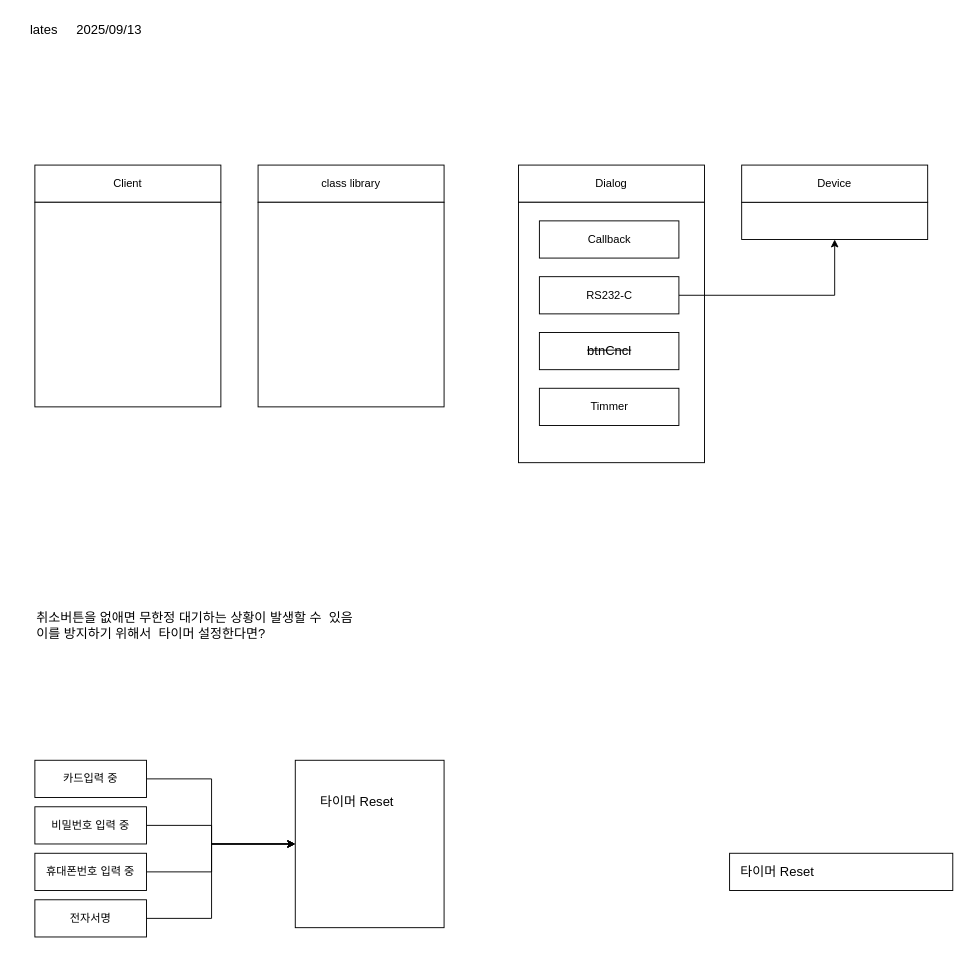
Above: page "페이지-1" (1 of 2) of 제목 없는 다이어그램.drawio in climcity/design (draw.io), before the change. Source tidied: cells renumbered, new cells numbered last; positions are measured from the earlier drawing's top-left corner, leaving out a move shared by most shapes. Both pictures are drawn from the tidied source at 93%, with x=0, y=0 at pixel (16, 16).
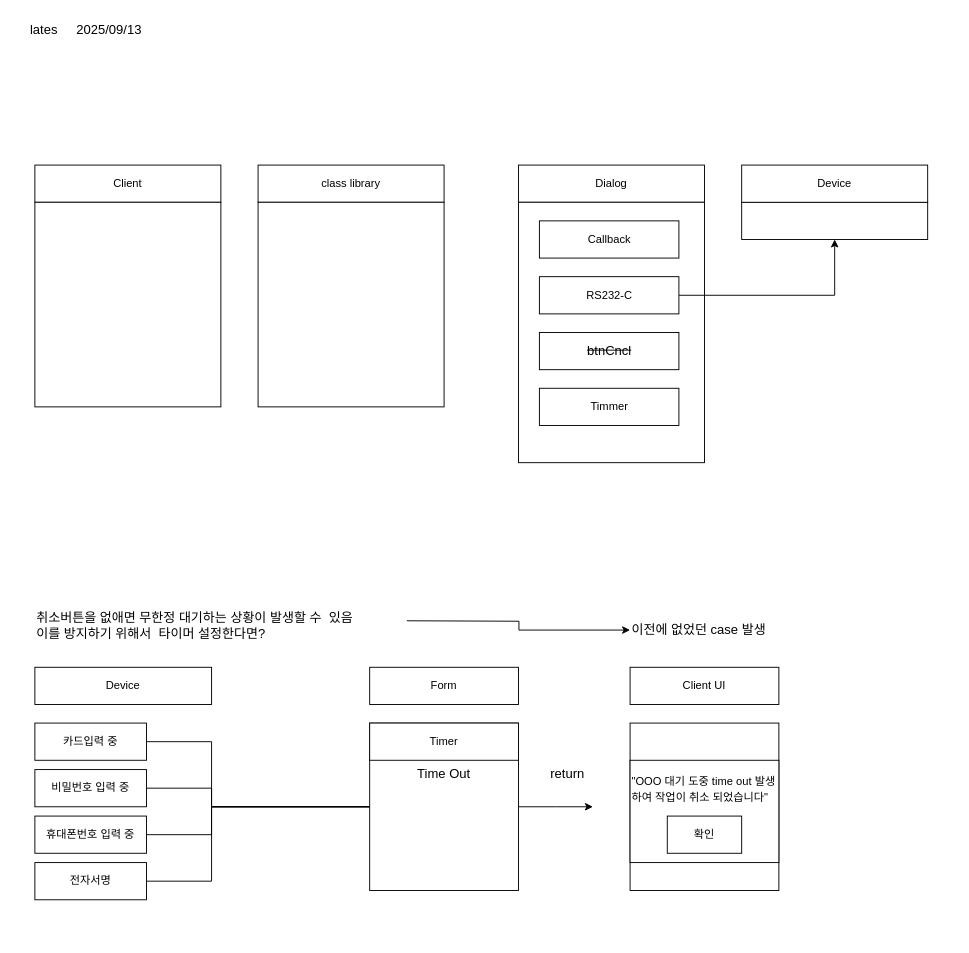
The same diagram, later.

Commit message:
제목 없는 다이어그램.drawio 업데이트

Change to the diagram source:
```diff
@@
+    <mxCell id="30" style="edgeStyle=orthogonalEdgeStyle;rounded=0;jettySize=auto;html=1;entryX=0;entryY=0.5;entryDx=0;entryDy=0;" parent="1" edge="1" target="27">
+      <mxGeometry relative="1" as="geometry">
+        <mxPoint x="420" y="650" as="sourcePoint" />
+      </mxGeometry>
+    </mxCell>
@@
+    <mxCell id="31" style="edgeStyle=orthogonalEdgeStyle;rounded=0;jettySize=auto;html=1;" parent="1" edge="1" source="18">
+      <mxGeometry relative="1" as="geometry">
+        <mxPoint x="620" y="850" as="targetPoint" />
+      </mxGeometry>
+    </mxCell>
     <mxCell id="18" style="rounded=0;whiteSpace=wrap;html=1;" parent="1" vertex="1">
-      <mxGeometry x="300" y="800" width="160" height="180" as="geometry" />
+      <mxGeometry x="380" y="760" width="160" height="180" as="geometry" />
     </mxCell>
-    <mxCell id="19" value="타이머 Reset" style="text;html=1;align=left;verticalAlign=middle;whiteSpace=wrap;rounded=0;fontSize=14;" parent="1" vertex="1">
-      <mxGeometry x="325" y="830" width="110" height="30" as="geometry" />
-    </mxCell>
-    <mxCell id="20" style="edgeStyle=orthogonalEdgeStyle;rounded=0;jettySize=auto;html=1;entryX=0;entryY=0.5;entryDx=0;entryDy=0;" parent="1" edge="1" source="21" target="18">
+    <mxCell id="20" style="edgeStyle=orthogonalEdgeStyle;rounded=0;jettySize=auto;html=1;entryX=0;entryY=0.5;entryDx=0;entryDy=0;endArrow=none;endFill=0;" parent="1" edge="1" source="21" target="18">
       <mxGeometry relative="1" as="geometry">
         <Array as="points">
-          <mxPoint x="210" y="820" />
-          <mxPoint x="210" y="890" />
+          <mxPoint x="210" y="780" />
+          <mxPoint x="210" y="850" />
         </Array>
       </mxGeometry>
     </mxCell>
     <mxCell id="21" value="카드입력 중" style="rounded=0;whiteSpace=wrap;html=1;" parent="1" vertex="1">
-      <mxGeometry x="20" y="800" width="120" height="40" as="geometry" />
+      <mxGeometry x="20" y="760" width="120" height="40" as="geometry" />
     </mxCell>
-    <mxCell id="22" style="edgeStyle=orthogonalEdgeStyle;rounded=0;jettySize=auto;html=1;entryX=0;entryY=0.5;entryDx=0;entryDy=0;" parent="1" edge="1" source="23" target="18">
+    <mxCell id="22" style="edgeStyle=orthogonalEdgeStyle;rounded=0;jettySize=auto;html=1;entryX=0;entryY=0.5;entryDx=0;entryDy=0;endArrow=none;endFill=0;" parent="1" edge="1" source="23" target="18">
       <mxGeometry relative="1" as="geometry">
         <Array as="points">
-          <mxPoint x="210" y="870" />
-          <mxPoint x="210" y="890" />
+          <mxPoint x="210" y="830" />
+          <mxPoint x="210" y="850" />
         </Array>
       </mxGeometry>
     </mxCell>
     <mxCell id="23" value="비밀번호 입력 중" style="rounded=0;whiteSpace=wrap;html=1;" parent="1" vertex="1">
-      <mxGeometry x="20" y="850" width="120" height="40" as="geometry" />
+      <mxGeometry x="20" y="810" width="120" height="40" as="geometry" />
     </mxCell>
-    <mxCell id="24" style="edgeStyle=orthogonalEdgeStyle;rounded=0;jettySize=auto;html=1;entryX=0;entryY=0.5;entryDx=0;entryDy=0;" parent="1" edge="1" source="25" target="18">
+    <mxCell id="24" style="edgeStyle=orthogonalEdgeStyle;rounded=0;jettySize=auto;html=1;entryX=0;entryY=0.5;entryDx=0;entryDy=0;endArrow=none;endFill=0;" parent="1" edge="1" source="25" target="18">
       <mxGeometry relative="1" as="geometry">
         <Array as="points">
-          <mxPoint x="210" y="920" />
-          <mxPoint x="210" y="890" />
+          <mxPoint x="210" y="880" />
+          <mxPoint x="210" y="850" />
         </Array>
       </mxGeometry>
     </mxCell>
     <mxCell id="25" value="휴대폰번호 입력 중" style="rounded=0;whiteSpace=wrap;html=1;" parent="1" vertex="1">
-      <mxGeometry x="20" y="900" width="120" height="40" as="geometry" />
+      <mxGeometry x="20" y="860" width="120" height="40" as="geometry" />
     </mxCell>
-    <mxCell id="26" style="rounded=0;whiteSpace=wrap;html=1;" parent="1" vertex="1">
-      <mxGeometry x="767" y="900" width="240" height="40" as="geometry" />
-    </mxCell>
-    <mxCell id="27" value="타이머 Reset" style="text;html=1;align=left;verticalAlign=middle;whiteSpace=wrap;rounded=0;fontSize=14;" parent="1" vertex="1">
-      <mxGeometry x="777" y="905" width="110" height="30" as="geometry" />
+    <mxCell id="27" value="이전에 없었던 case 발생" style="text;html=1;align=left;verticalAlign=middle;whiteSpace=wrap;rounded=0;fontSize=14;strokeColor=none;" parent="1" vertex="1">
+      <mxGeometry x="660" y="640" width="160" height="40" as="geometry" />
     </mxCell>
-    <mxCell id="28" style="edgeStyle=orthogonalEdgeStyle;rounded=0;jettySize=auto;html=1;entryX=0;entryY=0.5;entryDx=0;entryDy=0;" parent="1" edge="1" source="29" target="18">
+    <mxCell id="28" style="edgeStyle=orthogonalEdgeStyle;rounded=0;jettySize=auto;html=1;entryX=0;entryY=0.5;entryDx=0;entryDy=0;endArrow=none;endFill=0;" parent="1" edge="1" source="29" target="18">
       <mxGeometry relative="1" as="geometry">
         <Array as="points">
-          <mxPoint x="210" y="970" />
-          <mxPoint x="210" y="890" />
+          <mxPoint x="210" y="930" />
+          <mxPoint x="210" y="850" />
         </Array>
       </mxGeometry>
     </mxCell>
     <mxCell id="29" value="전자서명" style="rounded=0;whiteSpace=wrap;html=1;" parent="1" vertex="1">
-      <mxGeometry x="20" y="950" width="120" height="40" as="geometry" />
+      <mxGeometry x="20" y="910" width="120" height="40" as="geometry" />
     </mxCell>
+    <mxCell id="32" value="Time Out" style="text;html=1;align=center;verticalAlign=middle;whiteSpace=wrap;rounded=0;fontSize=14;" parent="1" vertex="1">
+      <mxGeometry x="380" y="800" width="160" height="30" as="geometry" />
+    </mxCell>
+    <mxCell id="33" value="Timer" style="rounded=0;whiteSpace=wrap;html=1;" parent="1" vertex="1">
+      <mxGeometry x="380" y="760" width="160" height="40" as="geometry" />
+    </mxCell>
+    <mxCell id="34" style="rounded=0;whiteSpace=wrap;html=1;" parent="1" vertex="1">
+      <mxGeometry x="660" y="760" width="160" height="180" as="geometry" />
+    </mxCell>
+    <mxCell id="35" style="rounded=0;whiteSpace=wrap;html=1;" parent="1" vertex="1">
+      <mxGeometry x="660" y="800" width="160" height="110" as="geometry" />
+    </mxCell>
+    <mxCell id="36" value="&lt;span style=&quot;font-size: 12px; text-align: center;&quot;&gt;&quot;OOO 대기 도중 time out 발생하여 작업이 취소 되었습니다&quot;&lt;/span&gt;" style="text;html=1;align=left;verticalAlign=middle;whiteSpace=wrap;rounded=0;fontSize=14;" parent="1" vertex="1">
+      <mxGeometry x="660" y="800" width="160" height="60" as="geometry" />
+    </mxCell>
+    <mxCell id="37" value="Device" style="rounded=0;whiteSpace=wrap;html=1;" parent="1" vertex="1">
+      <mxGeometry x="20" y="700" width="190" height="40" as="geometry" />
+    </mxCell>
+    <mxCell id="38" value="Form" style="rounded=0;whiteSpace=wrap;html=1;" parent="1" vertex="1">
+      <mxGeometry x="380" y="700" width="160" height="40" as="geometry" />
+    </mxCell>
+    <mxCell id="39" value="return" style="text;html=1;align=center;verticalAlign=middle;whiteSpace=wrap;rounded=0;fontSize=14;" parent="1" vertex="1">
+      <mxGeometry x="562.5" y="800" width="60" height="30" as="geometry" />
+    </mxCell>
+    <mxCell id="40" value="Client UI" style="rounded=0;whiteSpace=wrap;html=1;" parent="1" vertex="1">
+      <mxGeometry x="660" y="700" width="160" height="40" as="geometry" />
+    </mxCell>
+    <mxCell id="41" value="확인" style="rounded=0;whiteSpace=wrap;html=1;" parent="1" vertex="1">
+      <mxGeometry x="700" y="860" width="80" height="40" as="geometry" />
+    </mxCell>
```
